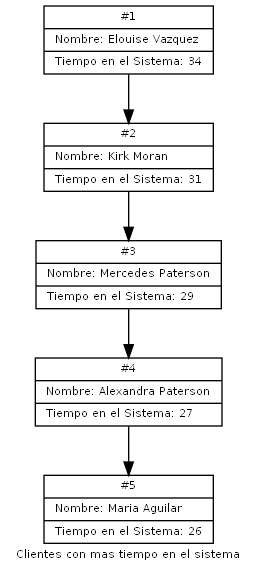
Before: TopTiempo.png, a diagram exported from Graphviz (Desquivel501/EDD_UDRAWING_202010055). Its source is kept beside it as TopTiempo.dot. Source of this version:
```dot
digraph G{
fontname = "Bitstream Vera Sans"
fontsize = 8
node [fontname = "Bitstream Vera Sans"fontsize = 8shape = "record"]
Nodo1762902523[label="{#1 | Nombre: Elouise Vazquez\l| Tiempo en el Sistema: 34\l}"];
Nodo1313916817[label="{#2 | Nombre: Kirk Moran\l| Tiempo en el Sistema: 31\l}"];
Nodo1966124444[label="{#3 | Nombre: Mercedes Paterson\l| Tiempo en el Sistema: 29\l}"];
Nodo1487500813[label="{#4 | Nombre: Alexandra  Paterson\l| Tiempo en el Sistema: 27\l}"];
Nodo1911152052[label="{#5 | Nombre: Maria Aguilar\l| Tiempo en el Sistema: 26\l}"];
Nodo1762902523 -> Nodo1313916817;
Nodo1313916817 -> Nodo1966124444;
Nodo1966124444 -> Nodo1487500813;
Nodo1487500813 -> Nodo1911152052;
label = "Clientes con mas tiempo en el sistema";rankdir=TB;
}
```
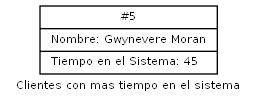
Above is the later version.

The edit, as a diff of the source:
```diff
@@ -2,14 +2,6 @@
 fontname = "Bitstream Vera Sans"
 fontsize = 8
 node [fontname = "Bitstream Vera Sans"fontsize = 8shape = "record"]
-Nodo1762902523[label="{#1 | Nombre: Elouise Vazquez\l| Tiempo en el Sistema: 34\l}"];
-Nodo1313916817[label="{#2 | Nombre: Kirk Moran\l| Tiempo en el Sistema: 31\l}"];
-Nodo1966124444[label="{#3 | Nombre: Mercedes Paterson\l| Tiempo en el Sistema: 29\l}"];
-Nodo1487500813[label="{#4 | Nombre: Alexandra  Paterson\l| Tiempo en el Sistema: 27\l}"];
-Nodo1911152052[label="{#5 | Nombre: Maria Aguilar\l| Tiempo en el Sistema: 26\l}"];
-Nodo1762902523 -> Nodo1313916817;
-Nodo1313916817 -> Nodo1966124444;
-Nodo1966124444 -> Nodo1487500813;
-Nodo1487500813 -> Nodo1911152052;
+Nodo75457651[label="{#5 | Nombre: Gwynevere Moran\l| Tiempo en el Sistema: 45\l}"];
 label = "Clientes con mas tiempo en el sistema";rankdir=TB;
 }
```
